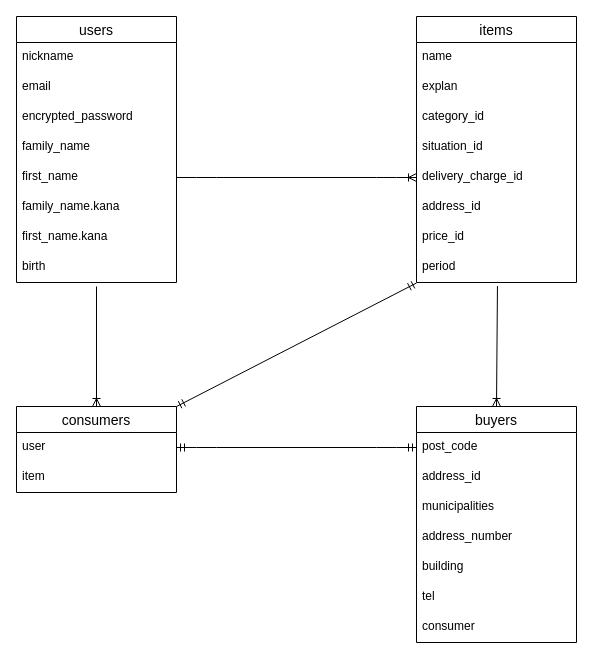
Before: ER .dio in seinios/furima-38590, a draw.io diagram. Source tidied: cells renumbered, new cells numbered last; positions are measured from the earlier drawing's top-left corner, leaving out a move shared by most shapes. Both pictures are drawn from the tidied source at 100%, with x=0, y=0 at pixel (16, 16).
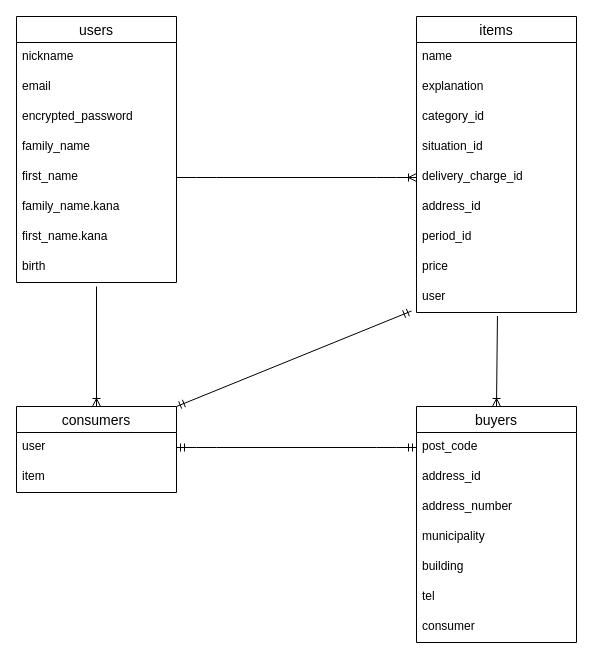
The same page after the edit.

Unchanged cells that the change refers to:
```xml
<mxCell id="20" value="buyers" style="swimlane;fontStyle=0;horizontal=1;startSize=26;align=center;fontSize=14;" parent="1" vertex="1">
  <mxGeometry x="400" y="390" width="160" height="236" as="geometry" />
</mxCell>
<mxCell id="28" value="consumers " style="swimlane;fontStyle=0;horizontal=1;startSize=26;align=center;fontSize=14;" parent="1" vertex="1">
  <mxGeometry y="390" width="160" height="86" as="geometry" />
</mxCell>
```

What changed in the source:
```diff
@@
     <mxCell id="11" value="items" style="swimlane;fontStyle=0;horizontal=1;startSize=26;align=center;fontSize=14;" parent="1" vertex="1">
-      <mxGeometry x="400" width="160" height="266" as="geometry" />
+      <mxGeometry x="400" width="160" height="296" as="geometry" />
     </mxCell>
@@
-    <mxCell id="13" value="explan&#10;&#10;&#10;" style="text;strokeColor=none;fillColor=none;spacingLeft=4;spacingRight=4;overflow=hidden;fontSize=12;" parent="11" vertex="1">
+    <mxCell id="13" value="explanation" style="text;strokeColor=none;fillColor=none;spacingLeft=4;spacingRight=4;overflow=hidden;fontSize=12;" parent="11" vertex="1">
       <mxGeometry y="56" width="160" height="30" as="geometry" />
     </mxCell>
@@
-    <mxCell id="18" value="price_id" style="text;strokeColor=none;fillColor=none;spacingLeft=4;spacingRight=4;overflow=hidden;fontSize=12;" parent="11" vertex="1">
+    <mxCell id="18" value="period_id " style="text;strokeColor=none;fillColor=none;spacingLeft=4;spacingRight=4;overflow=hidden;fontSize=12;" parent="11" vertex="1">
       <mxGeometry y="206" width="160" height="30" as="geometry" />
     </mxCell>
-    <mxCell id="19" value="period" style="text;strokeColor=none;fillColor=none;spacingLeft=4;spacingRight=4;overflow=hidden;points=[[0,0.5],[1,0.5]];portConstraint=eastwest;fontSize=12;" parent="11" vertex="1">
+    <mxCell id="19" value="price" style="text;strokeColor=none;fillColor=none;spacingLeft=4;spacingRight=4;overflow=hidden;points=[[0,0.5],[1,0.5]];portConstraint=eastwest;fontSize=12;" parent="11" vertex="1">
       <mxGeometry y="236" width="160" height="30" as="geometry" />
     </mxCell>
+    <mxCell id="36" value="user" style="text;strokeColor=none;fillColor=none;spacingLeft=4;spacingRight=4;overflow=hidden;points=[[0,0.5],[1,0.5]];portConstraint=eastwest;fontSize=12;" parent="11" vertex="1">
+      <mxGeometry y="266" width="160" height="30" as="geometry" />
+    </mxCell>
@@
-    <mxCell id="23" value="municipalities " style="text;strokeColor=none;fillColor=none;spacingLeft=4;spacingRight=4;overflow=hidden;fontSize=12;" parent="20" vertex="1">
+    <mxCell id="23" value="address_number" style="text;strokeColor=none;fillColor=none;spacingLeft=4;spacingRight=4;overflow=hidden;fontSize=12;" parent="20" vertex="1">
       <mxGeometry y="86" width="160" height="30" as="geometry" />
     </mxCell>
-    <mxCell id="24" value="address_number " style="text;strokeColor=none;fillColor=none;spacingLeft=4;spacingRight=4;overflow=hidden;fontSize=12;" parent="20" vertex="1">
+    <mxCell id="24" value="municipality&#10;&#10;&#10;" style="text;strokeColor=none;fillColor=none;spacingLeft=4;spacingRight=4;overflow=hidden;fontSize=12;" parent="20" vertex="1">
       <mxGeometry y="116" width="160" height="30" as="geometry" />
     </mxCell>
@@
-    <mxCell id="33" style="fontSize=12;html=1;endArrow=ERoneToMany;exitX=0.506;exitY=1.117;exitDx=0;exitDy=0;exitPerimeter=0;entryX=0.5;entryY=0;entryDx=0;entryDy=0;" parent="1" edge="1" source="19" target="20">
+    <mxCell id="33" style="fontSize=12;html=1;endArrow=ERoneToMany;entryX=0.5;entryY=0;entryDx=0;entryDy=0;exitX=0.506;exitY=1.117;exitDx=0;exitDy=0;exitPerimeter=0;" parent="1" edge="1" source="36" target="20">
       <mxGeometry relative="1" as="geometry" />
     </mxCell>
@@
-    <mxCell id="35" style="fontSize=12;html=1;endArrow=ERmandOne;startArrow=ERmandOne;exitX=1;exitY=0;exitDx=0;exitDy=0;entryX=0;entryY=1.017;entryDx=0;entryDy=0;entryPerimeter=0;" parent="1" edge="1" source="28" target="19">
+    <mxCell id="35" style="fontSize=12;html=1;endArrow=ERmandOne;startArrow=ERmandOne;exitX=1;exitY=0;exitDx=0;exitDy=0;entryX=-0.031;entryY=0.95;entryDx=0;entryDy=0;entryPerimeter=0;" parent="1" edge="1" source="28" target="36">
       <mxGeometry relative="1" as="geometry" />
     </mxCell>
```
